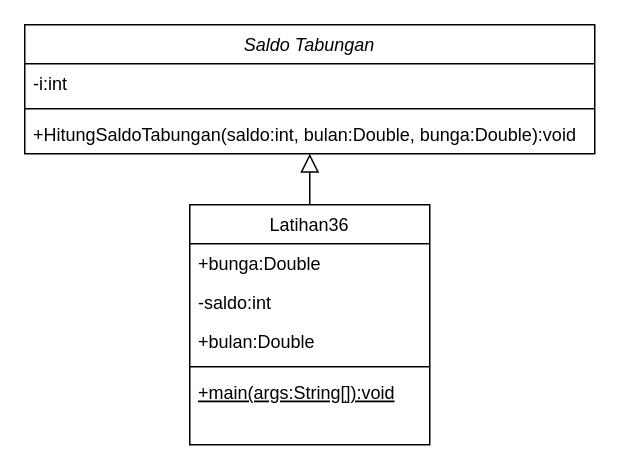
Before: Latihan36.drawio in muhammadfauzanfadhlulbarr/PBO10K-10119176-Latihan-36-Target-Saldo-Tabungan, a draw.io diagram. Source tidied: cells renumbered, new cells numbered last; positions are measured from the earlier drawing's top-left corner, leaving out a move shared by most shapes. Both pictures are drawn from the tidied source at 150%, with x=0, y=0 at pixel (24, 24).
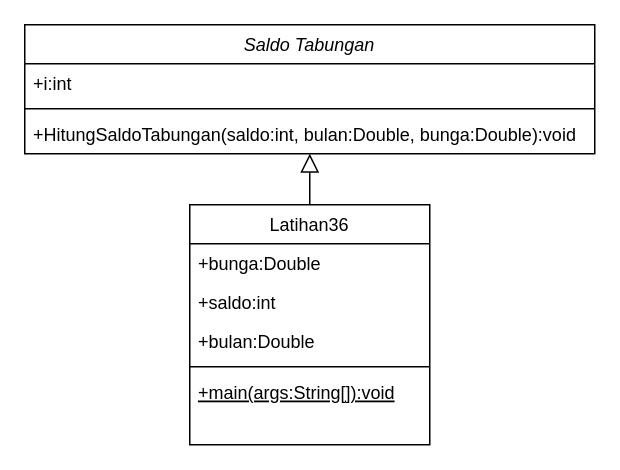
The same page after the edit.

Change to the diagram source:
```diff
@@
 <mxGraphModel>
   <root>
     <mxCell id="0" />
     <mxCell id="1" parent="0" />
     <mxCell id="2" value="Saldo Tabungan" style="swimlane;fontStyle=2;align=center;verticalAlign=top;horizontal=1;startSize=26;rounded=0;shadow=0;strokeWidth=1;" parent="1" vertex="1">
       <mxGeometry width="380" height="86" as="geometry" />
     </mxCell>
-    <mxCell id="3" value="-i:int" style="text;align=left;verticalAlign=top;spacingLeft=4;spacingRight=4;overflow=hidden;rounded=0;shadow=0;html=0;" parent="2" vertex="1">
+    <mxCell id="3" value="+i:int" style="text;align=left;verticalAlign=top;spacingLeft=4;spacingRight=4;overflow=hidden;rounded=0;shadow=0;html=0;" parent="2" vertex="1">
       <mxGeometry y="26" width="380" height="26" as="geometry" />
     </mxCell>
     <mxCell id="4" style="line;html=1;strokeWidth=1;align=left;verticalAlign=middle;spacingTop=-1;spacingLeft=3;spacingRight=3;labelPosition=right;" parent="2" vertex="1">
       <mxGeometry y="52" width="380" height="8" as="geometry" />
     </mxCell>
     <mxCell id="5" value="+HitungSaldoTabungan(saldo:int, bulan:Double, bunga:Double):void" style="text;align=left;verticalAlign=top;spacingLeft=4;spacingRight=4;overflow=hidden;" parent="2" vertex="1">
       <mxGeometry y="60" width="380" height="26" as="geometry" />
     </mxCell>
     <mxCell id="6" value="Latihan36" style="swimlane;fontStyle=0;align=center;verticalAlign=top;horizontal=1;startSize=26;rounded=0;shadow=0;strokeWidth=1;" parent="1" vertex="1">
       <mxGeometry x="110" y="120" width="160" height="160" as="geometry" />
     </mxCell>
     <mxCell id="7" value="+bunga:Double" style="text;align=left;verticalAlign=top;spacingLeft=4;spacingRight=4;overflow=hidden;" parent="6" vertex="1">
       <mxGeometry y="26" width="160" height="26" as="geometry" />
     </mxCell>
-    <mxCell id="8" value="-saldo:int" style="text;align=left;verticalAlign=top;spacingLeft=4;spacingRight=4;overflow=hidden;rounded=0;shadow=0;html=0;" parent="6" vertex="1">
+    <mxCell id="8" value="+saldo:int" style="text;align=left;verticalAlign=top;spacingLeft=4;spacingRight=4;overflow=hidden;rounded=0;shadow=0;html=0;" parent="6" vertex="1">
       <mxGeometry y="52" width="160" height="26" as="geometry" />
     </mxCell>
     <mxCell id="9" value="+bulan:Double" style="text;align=left;verticalAlign=top;spacingLeft=4;spacingRight=4;overflow=hidden;rounded=0;shadow=0;html=0;" parent="6" vertex="1">
       <mxGeometry y="78" width="160" height="26" as="geometry" />
     </mxCell>
     <mxCell id="10" style="line;html=1;strokeWidth=1;align=left;verticalAlign=middle;spacingTop=-1;spacingLeft=3;spacingRight=3;labelPosition=right;" parent="6" vertex="1">
       <mxGeometry y="104" width="160" height="8" as="geometry" />
     </mxCell>
     <mxCell id="11" value="+main(args:String[]):void" style="text;align=left;verticalAlign=top;spacingLeft=4;spacingRight=4;overflow=hidden;fontStyle=4;" parent="6" vertex="1">
       <mxGeometry y="112" width="160" height="18" as="geometry" />
     </mxCell>
     <mxCell id="12" style="endArrow=block;endSize=10;endFill=0;shadow=0;strokeWidth=1;rounded=0;edgeStyle=elbowEdgeStyle;elbow=vertical;" parent="1" edge="1" source="6" target="2">
       <mxGeometry relative="1" as="geometry" />
     </mxCell>
   </root>
 </mxGraphModel>
```
